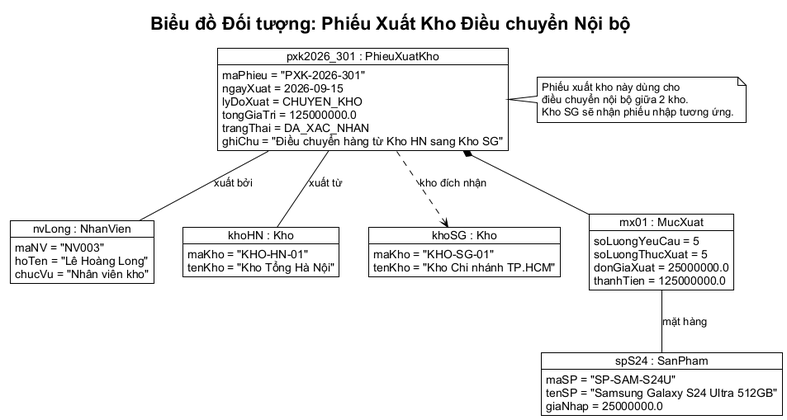
Above: BTL-QuanLyKhoHang/diagrams/object-diagram-phieu-xuat-chuyen-kho.png in vuhoabinh2416137/G8_Quanlysanphamvakhohang (PlantUML), before the change.
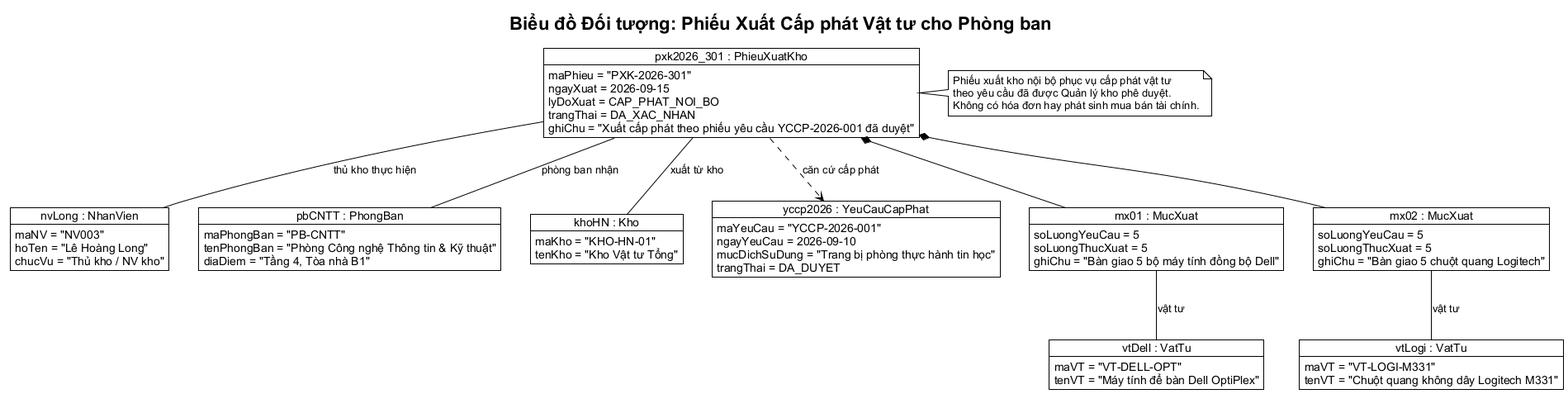
The same file after the commit.

Change to the diagram source:
```diff
@@ -4,56 +4,74 @@
 skinparam defaultTextAlignment left
 skinparam defaultFontName "Arial"
 
-title Biểu đồ Đối tượng: Phiếu Xuất Kho Điều chuyển Nội bộ
+title Biểu đồ Đối tượng: Phiếu Xuất Cấp phát Vật tư cho Phòng ban
 
 object "nvLong : NhanVien" as nvLong {
     maNV = "NV003"
     hoTen = "Lê Hoàng Long"
-    chucVu = "Nhân viên kho"
+    chucVu = "Thủ kho / NV kho"
+}
+
+object "pbCNTT : PhongBan" as pbCNTT {
+    maPhongBan = "PB-CNTT"
+    tenPhongBan = "Phòng Công nghệ Thông tin & Kỹ thuật"
+    diaDiem = "Tầng 4, Tòa nhà B1"
 }
 
 object "khoHN : Kho" as khoHN {
     maKho = "KHO-HN-01"
-    tenKho = "Kho Tổng Hà Nội"
+    tenKho = "Kho Vật tư Tổng"
 }
 
-object "khoSG : Kho" as khoSG {
-    maKho = "KHO-SG-01"
-    tenKho = "Kho Chi nhánh TP.HCM"
+object "yccp2026 : YeuCauCapPhat" as yccp2026 {
+    maYeuCau = "YCCP-2026-001"
+    ngayYeuCau = 2026-09-10
+    mucDichSuDung = "Trang bị phòng thực hành tin học"
+    trangThai = DA_DUYET
 }
 
 object "pxk2026_301 : PhieuXuatKho" as pxk2026 {
     maPhieu = "PXK-2026-301"
     ngayXuat = 2026-09-15
-    lyDoXuat = CHUYEN_KHO
-    tongGiaTri = 125000000.0
+    lyDoXuat = CAP_PHAT_NOI_BO
     trangThai = DA_XAC_NHAN
-    ghiChu = "Điều chuyển hàng từ Kho HN sang Kho SG"
+    ghiChu = "Xuất cấp phát theo phiếu yêu cầu YCCP-2026-001 đã duyệt"
 }
 
 object "mx01 : MucXuat" as mx01 {
     soLuongYeuCau = 5
     soLuongThucXuat = 5
-    donGiaXuat = 25000000.0
-    thanhTien = 125000000.0
+    ghiChu = "Bàn giao 5 bộ máy tính đồng bộ Dell"
 }
 
-object "spS24 : SanPham" as spS24 {
-    maSP = "SP-SAM-S24U"
-    tenSP = "Samsung Galaxy S24 Ultra 512GB"
-    giaNhap = 25000000.0
+object "mx02 : MucXuat" as mx02 {
+    soLuongYeuCau = 5
+    soLuongThucXuat = 5
+    ghiChu = "Bàn giao 5 chuột quang Logitech"
 }
 
-pxk2026 -- khoHN : xuất từ
-pxk2026 -- nvLong : xuất bởi
+object "vtDell : VatTu" as vtDell {
+    maVT = "VT-DELL-OPT"
+    tenVT = "Máy tính để bàn Dell OptiPlex"
+}
+
+object "vtLogi : VatTu" as vtLogi {
+    maVT = "VT-LOGI-M331"
+    tenVT = "Chuột quang không dây Logitech M331"
+}
+
+pxk2026 ..> yccp2026 : căn cứ cấp phát
+pxk2026 -- pbCNTT : phòng ban nhận
+pxk2026 -- khoHN : xuất từ kho
+pxk2026 -- nvLong : thủ kho thực hiện
 pxk2026 *-- mx01
-mx01 -- spS24 : mặt hàng
+pxk2026 *-- mx02
+mx01 -- vtDell : vật tư
+mx02 -- vtLogi : vật tư
 
 note right of pxk2026
-    Phiếu xuất kho này dùng cho
-    điều chuyển nội bộ giữa 2 kho.
-    Kho SG sẽ nhận phiếu nhập tương ứng.
+    Phiếu xuất kho nội bộ phục vụ cấp phát vật tư
+    theo yêu cầu đã được Quản lý kho phê duyệt.
+    Không có hóa đơn hay phát sinh mua bán tài chính.
 end note
-
-pxk2026 ..> khoSG : kho đích nhận
 @enduml
```
